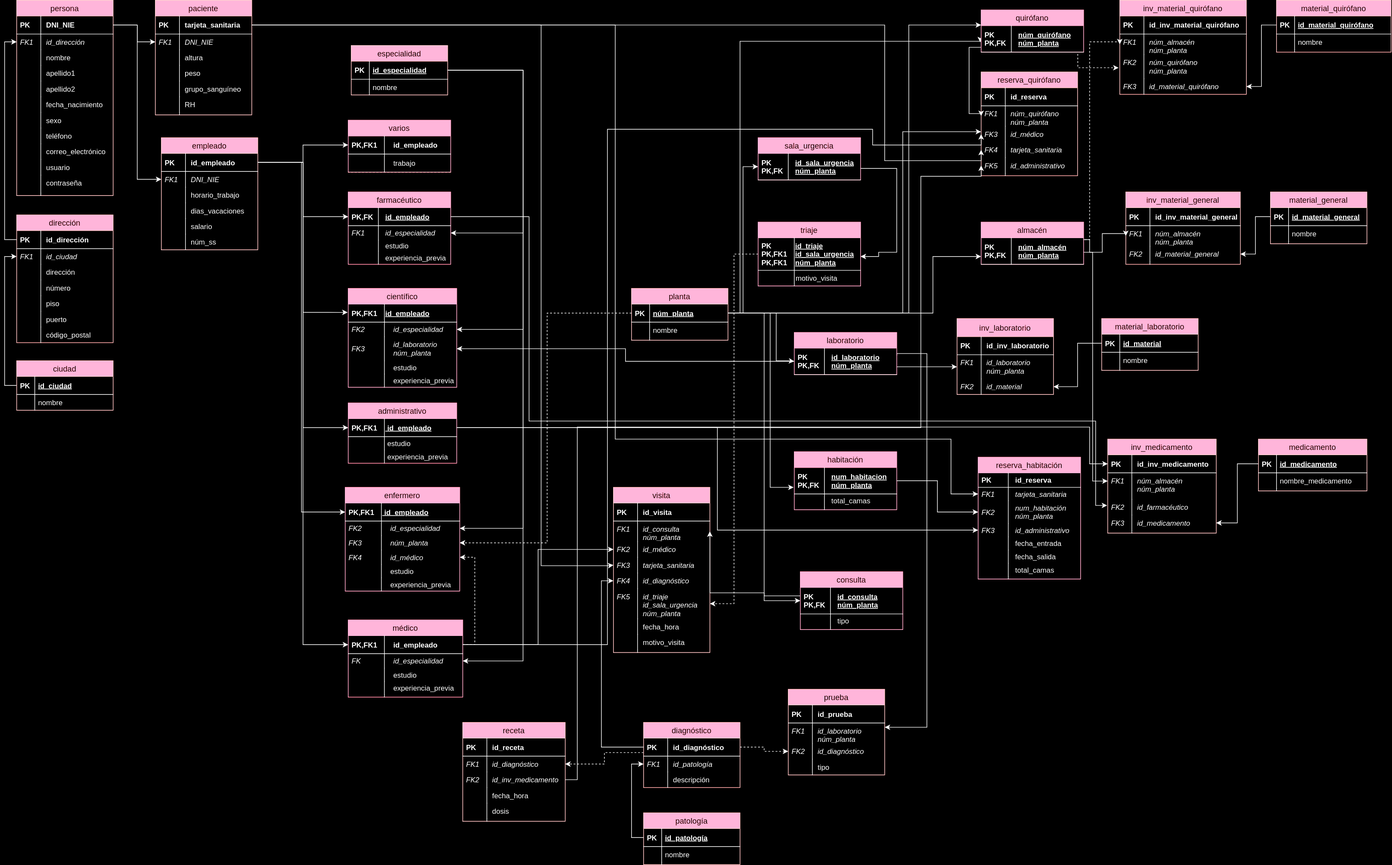
Before: postgres/Bloc Esquema ER - Relacional - SQL/Esquema Relacional.svg, a diagram exported from draw.io (Xadouuu7/hospital). Source tidied: cells renumbered, new cells last; positions are measured from the earlier drawing's top-left corner, leaving out a move shared by most shapes.
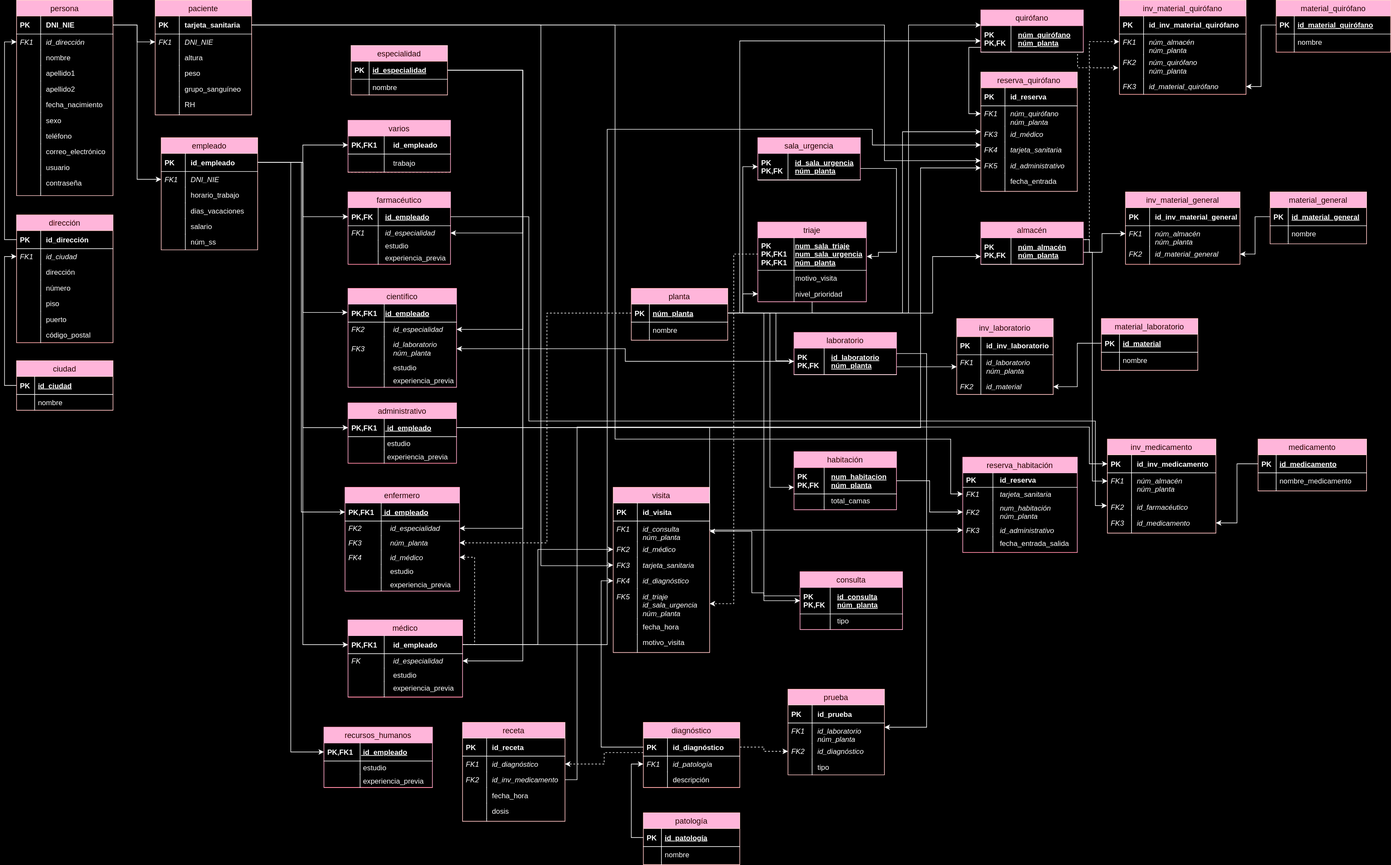
Later version of the same file.

What changed in the source:
```diff
@@ -719,6 +719,5 @@
     </mxCell>
-    <mxCell id="221" style="edgeStyle=orthogonalEdgeStyle;rounded=0;orthogonalLoop=1;jettySize=auto;html=1;entryX=1;entryY=0.5;entryDx=0;entryDy=0;" parent="1" edge="1">
+    <mxCell id="221" style="edgeStyle=orthogonalEdgeStyle;rounded=0;jettySize=auto;html=1;entryX=1.003;entryY=0.573;entryDx=0;entryDy=0;entryPerimeter=0;" parent="1" edge="1" target="355">
       <mxGeometry relative="1" as="geometry">
         <mxPoint x="1420" y="279" as="sourcePoint" />
-        <mxPoint x="1420" y="425" as="targetPoint" />
         <Array as="points">
@@ -794,3 +793,3 @@
     <mxCell id="242" value="reserva_quirófano" style="swimlane;fontStyle=0;horizontal=1;startSize=26;fillColor=#a20025;swimlaneFillColor=#ffffff;align=center;strokeWidth=1;fontSize=13;strokeColor=#6F0000;fontColor=#ffffff;" parent="1" vertex="1">
-      <mxGeometry x="1620" y="119" width="160" height="172" as="geometry" />
+      <mxGeometry x="1620" y="119" width="160" height="198" as="geometry" />
     </mxCell>
@@ -826,4 +825,10 @@
     </mxCell>
+    <mxCell id="376" value="    fecha_entrada" style="shape=partialRectangle;top=0;left=0;right=0;bottom=0;align=left;verticalAlign=top;fillColor=none;spacingLeft=34;spacingRight=4;overflow=hidden;fontStyle=0;" parent="242" vertex="1">
+      <mxGeometry y="168" width="160" height="26" as="geometry" />
+    </mxCell>
+    <mxCell id="377" style="shape=partialRectangle;top=0;left=0;bottom=0;fillColor=none;align=left;verticalAlign=top;spacingLeft=4;spacingRight=4;overflow=hidden;" parent="376" vertex="1">
+      <mxGeometry width="40" height="26" as="geometry" />
+    </mxCell>
     <mxCell id="253" style="shape=partialRectangle;top=0;left=0;right=0;bottom=0;align=left;verticalAlign=top;fillColor=none;spacingLeft=34;spacingRight=4;overflow=hidden;" parent="242" vertex="1">
-      <mxGeometry y="168" width="160" height="4" as="geometry" />
+      <mxGeometry y="194" width="160" height="4" as="geometry" />
     </mxCell>
@@ -841,5 +846,6 @@
     </mxCell>
-    <mxCell id="256" style="edgeStyle=orthogonalEdgeStyle;rounded=0;jettySize=auto;html=1;entryX=0;entryY=0.5;entryDx=0;entryDy=0;" parent="1" edge="1" target="245">
+    <mxCell id="256" style="edgeStyle=orthogonalEdgeStyle;rounded=0;orthogonalLoop=1;jettySize=auto;html=1;" parent="1" edge="1">
       <mxGeometry relative="1" as="geometry">
         <mxPoint x="1620" y="41" as="sourcePoint" />
+        <mxPoint x="1620" y="188" as="targetPoint" />
         <Array as="points">
@@ -852,4 +858,5 @@
     </mxCell>
-    <mxCell id="257" style="edgeStyle=orthogonalEdgeStyle;rounded=0;jettySize=auto;html=1;entryX=0;entryY=0.5;entryDx=0;entryDy=0;" parent="1" edge="1" source="126" target="247">
+    <mxCell id="257" style="edgeStyle=orthogonalEdgeStyle;rounded=0;jettySize=auto;html=1;" parent="1" edge="1" source="126">
       <mxGeometry relative="1" as="geometry">
+        <mxPoint x="1620" y="240" as="targetPoint" />
         <Array as="points">
@@ -910,4 +917,5 @@
     </mxCell>
-    <mxCell id="274" style="edgeStyle=orthogonalEdgeStyle;rounded=0;jettySize=auto;html=1;entryX=0;entryY=0.5;entryDx=0;entryDy=0;exitX=1;exitY=0.5;exitDx=0;exitDy=0;" parent="1" edge="1" source="367" target="261">
+    <mxCell id="274" style="edgeStyle=orthogonalEdgeStyle;rounded=0;jettySize=auto;html=1;exitX=1;exitY=0.5;exitDx=0;exitDy=0;" parent="1" edge="1" source="367">
       <mxGeometry relative="1" as="geometry">
+        <mxPoint x="1860" y="387" as="targetPoint" />
         <Array as="points">
@@ -938,5 +946,7 @@
         <Array as="points">
-          <mxPoint x="1321" y="988" />
+          <mxPoint x="1320" y="988" />
           <mxPoint x="1260" y="988" />
           <mxPoint x="1260" y="983" />
+          <mxPoint x="1240" y="983" />
+          <mxPoint x="1240" y="881" />
         </Array>
@@ -1041,3 +1051,3 @@
     </mxCell>
-    <mxCell id="303" style="edgeStyle=orthogonalEdgeStyle;rounded=0;jettySize=auto;html=1;entryX=0;entryY=0.5;entryDx=0;entryDy=0;dashed=1;" parent="1" edge="1" target="227">
+    <mxCell id="303" style="edgeStyle=orthogonalEdgeStyle;rounded=0;jettySize=auto;html=1;entryX=-0.002;entryY=0.368;entryDx=0;entryDy=0;dashed=1;entryPerimeter=0;" parent="1" edge="1" target="227">
       <mxGeometry relative="1" as="geometry">
@@ -1050,3 +1060,3 @@
     </mxCell>
-    <mxCell id="304" style="edgeStyle=orthogonalEdgeStyle;rounded=0;jettySize=auto;html=1;entryX=-0.009;entryY=0.63;entryDx=0;entryDy=0;entryPerimeter=0;" parent="1" edge="1" source="148" target="364">
+    <mxCell id="304" style="edgeStyle=orthogonalEdgeStyle;rounded=0;jettySize=auto;html=1;entryX=-0.002;entryY=0.576;entryDx=0;entryDy=0;entryPerimeter=0;" parent="1" edge="1" source="148" target="364">
       <mxGeometry relative="1" as="geometry">
@@ -1055,3 +1065,3 @@
           <mxPoint x="1220" y="68" />
-          <mxPoint x="1619" y="68" />
+          <mxPoint x="1620" y="68" />
         </Array>
@@ -1062,3 +1072,3 @@
     </mxCell>
-    <mxCell id="306" style="edgeStyle=orthogonalEdgeStyle;rounded=0;jettySize=auto;html=1;" parent="1" edge="1" source="148">
+    <mxCell id="306" style="edgeStyle=orthogonalEdgeStyle;rounded=0;jettySize=auto;html=1;" parent="1" edge="1" source="357">
       <mxGeometry relative="1" as="geometry">
@@ -1072,4 +1082,5 @@
     </mxCell>
-    <mxCell id="307" style="edgeStyle=orthogonalEdgeStyle;rounded=0;jettySize=auto;html=1;entryX=0;entryY=0.5;entryDx=0;entryDy=0;" parent="1" edge="1" source="54" target="249">
+    <mxCell id="307" style="edgeStyle=orthogonalEdgeStyle;rounded=0;jettySize=auto;html=1;" parent="1" edge="1" source="54">
       <mxGeometry relative="1" as="geometry">
+        <mxPoint x="1620" y="266" as="targetPoint" />
         <Array as="points">
@@ -1080,7 +1091,9 @@
     </mxCell>
-    <mxCell id="308" style="edgeStyle=orthogonalEdgeStyle;rounded=0;jettySize=auto;html=1;entryX=0;entryY=0.5;entryDx=0;entryDy=0;" parent="1" edge="1" source="105" target="251">
+    <mxCell id="308" style="edgeStyle=orthogonalEdgeStyle;rounded=0;jettySize=auto;html=1;" parent="1" edge="1" source="105">
       <mxGeometry relative="1" as="geometry">
+        <mxPoint x="1620" y="278" as="targetPoint" />
         <Array as="points">
           <mxPoint x="1520" y="709" />
-          <mxPoint x="1520" y="292" />
+          <mxPoint x="1520" y="278" />
+          <mxPoint x="1620" y="278" />
         </Array>
@@ -1170,6 +1183,6 @@
     <mxCell id="331" value="reserva_habitación" style="swimlane;fontStyle=0;horizontal=1;startSize=26;fillColor=#a20025;swimlaneFillColor=#ffffff;align=center;fontSize=13;strokeColor=#a20025;strokeWidth=1;fontColor=#ffffff;rounded=0;glass=0;shadow=0;swimlaneLine=1;" parent="1" vertex="1">
-      <mxGeometry x="1615" y="758" width="170" height="202" as="geometry" />
+      <mxGeometry x="1590" y="758" width="190" height="158" as="geometry" />
     </mxCell>
     <mxCell id="332" value="id_reserva" style="shape=partialRectangle;top=0;left=0;right=0;bottom=1;align=left;verticalAlign=middle;fillColor=none;spacingLeft=60;spacingRight=4;overflow=hidden;fontStyle=1;fontSize=12;strokeColor=#000000;perimeterSpacing=0;" parent="331" vertex="1">
-      <mxGeometry y="26" width="170" height="24" as="geometry" />
+      <mxGeometry y="26" width="190" height="24" as="geometry" />
     </mxCell>
@@ -1179,3 +1192,3 @@
     <mxCell id="334" value="tarjeta_sanitaria" style="shape=partialRectangle;top=0;left=0;right=0;bottom=1;align=left;verticalAlign=middle;fillColor=none;spacingLeft=60;spacingRight=4;overflow=hidden;points=[[0,0.5],[1,0.5]];portConstraint=eastwest;fontStyle=2;fontSize=12;strokeColor=none;fontColor=#030303;strokeWidth=0;" parent="331" vertex="1">
-      <mxGeometry y="50" width="170" height="22" as="geometry" />
+      <mxGeometry y="50" width="190" height="22" as="geometry" />
     </mxCell>
@@ -1185,3 +1198,3 @@
     <mxCell id="336" value="num_habitación&#10;núm_planta" style="shape=partialRectangle;top=0;left=0;right=0;bottom=1;align=left;verticalAlign=middle;fillColor=none;spacingLeft=60;spacingRight=4;overflow=hidden;points=[[0,0.5],[1,0.5]];portConstraint=eastwest;fontStyle=2;fontSize=12;strokeColor=none;fontColor=#030303;strokeWidth=0;" parent="331" vertex="1">
-      <mxGeometry y="72" width="170" height="38" as="geometry" />
+      <mxGeometry y="72" width="190" height="38" as="geometry" />
     </mxCell>
@@ -1191,3 +1204,3 @@
     <mxCell id="338" value="id_administrativo" style="shape=partialRectangle;top=0;left=0;right=0;bottom=1;align=left;verticalAlign=middle;fillColor=none;spacingLeft=60;spacingRight=4;overflow=hidden;points=[[0,0.5],[1,0.5]];portConstraint=eastwest;fontStyle=2;fontSize=12;strokeColor=none;fontColor=#030303;strokeWidth=0;" parent="331" vertex="1">
-      <mxGeometry y="110" width="170" height="22" as="geometry" />
+      <mxGeometry y="110" width="190" height="22" as="geometry" />
     </mxCell>
@@ -1196,4 +1209,4 @@
     </mxCell>
-    <mxCell id="340" value="fecha_entrada" style="shape=partialRectangle;top=0;left=0;right=0;bottom=1;align=left;verticalAlign=middle;fillColor=none;spacingLeft=60;spacingRight=4;overflow=hidden;fontStyle=0;fontSize=12;strokeColor=none;fontColor=#030303;strokeWidth=0;" parent="331" vertex="1">
-      <mxGeometry y="132" width="170" height="22" as="geometry" />
+    <mxCell id="340" value="fecha_entrada_salida" style="shape=partialRectangle;top=0;left=0;right=0;bottom=1;align=left;verticalAlign=middle;fillColor=none;spacingLeft=60;spacingRight=4;overflow=hidden;fontStyle=0;fontSize=12;strokeColor=none;fontColor=#030303;strokeWidth=0;" parent="331" vertex="1">
+      <mxGeometry y="132" width="190" height="22" as="geometry" />
     </mxCell>
@@ -1202,16 +1215,4 @@
     </mxCell>
-    <mxCell id="342" value="fecha_salida" style="shape=partialRectangle;top=0;left=0;right=0;bottom=1;align=left;verticalAlign=middle;fillColor=none;spacingLeft=60;spacingRight=4;overflow=hidden;fontStyle=0;fontSize=12;strokeColor=none;fontColor=#030303;strokeWidth=0;" parent="331" vertex="1">
-      <mxGeometry y="154" width="170" height="22" as="geometry" />
-    </mxCell>
-    <mxCell id="343" style="shape=partialRectangle;fontStyle=2;top=0;left=0;bottom=0;fillColor=none;align=left;verticalAlign=middle;spacingLeft=4;spacingRight=4;overflow=hidden;fontSize=12;" parent="342" vertex="1">
-      <mxGeometry width="50" height="22" as="geometry" />
-    </mxCell>
-    <mxCell id="344" value="total_camas" style="shape=partialRectangle;top=0;left=0;right=0;bottom=1;align=left;verticalAlign=middle;fillColor=none;spacingLeft=60;spacingRight=4;overflow=hidden;fontStyle=0;fontSize=12;strokeColor=none;fontColor=#030303;strokeWidth=0;" parent="331" vertex="1">
-      <mxGeometry y="176" width="170" height="22" as="geometry" />
-    </mxCell>
-    <mxCell id="345" style="shape=partialRectangle;fontStyle=2;top=0;left=0;bottom=0;fillColor=none;align=left;verticalAlign=middle;spacingLeft=4;spacingRight=4;overflow=hidden;fontSize=12;" parent="344" vertex="1">
-      <mxGeometry width="50" height="22" as="geometry" />
-    </mxCell>
     <mxCell id="346" style="shape=partialRectangle;top=0;left=0;right=0;bottom=0;align=left;verticalAlign=top;fillColor=none;spacingLeft=34;spacingRight=4;overflow=hidden;" parent="331" vertex="1">
-      <mxGeometry y="198" width="170" height="4" as="geometry" />
+      <mxGeometry y="154" width="190" height="4" as="geometry" />
     </mxCell>
@@ -1246,6 +1247,6 @@
     <mxCell id="354" value="triaje" style="swimlane;fontStyle=0;horizontal=1;startSize=26;fillColor=#a20025;swimlaneFillColor=#ffffff;align=center;fontSize=13;strokeColor=#a20025;strokeWidth=1;fontColor=#ffffff;rounded=0;glass=0;shadow=0;swimlaneLine=1;" parent="1" vertex="1">
-      <mxGeometry x="1250" y="368" width="170" height="106" as="geometry" />
+      <mxGeometry x="1250" y="368" width="180" height="132" as="geometry" />
     </mxCell>
-    <mxCell id="355" value="id_triaje&#10;id_sala_urgencia&#10;núm_planta" style="shape=partialRectangle;top=0;left=0;right=0;bottom=1;align=left;verticalAlign=middle;fillColor=none;spacingLeft=60;spacingRight=4;overflow=hidden;points=[[0,0.5],[1,0.5]];portConstraint=eastwest;fontStyle=5;fontSize=12;strokeColor=#000000;perimeterSpacing=0;" parent="354" vertex="1">
-      <mxGeometry y="26" width="170" height="54" as="geometry" />
+    <mxCell id="355" value="num_sala_triaje&#10;num_sala_urgencia&#10;núm_planta" style="shape=partialRectangle;top=0;left=0;right=0;bottom=1;align=left;verticalAlign=middle;fillColor=none;spacingLeft=60;spacingRight=4;overflow=hidden;points=[[0,0.5],[1,0.5]];portConstraint=eastwest;fontStyle=5;fontSize=12;strokeColor=#000000;perimeterSpacing=0;" parent="354" vertex="1">
+      <mxGeometry y="26" width="180" height="54" as="geometry" />
     </mxCell>
@@ -1254,4 +1255,10 @@
     </mxCell>
+    <mxCell id="378" value="        motivo_visita" style="shape=partialRectangle;top=0;left=0;right=0;bottom=0;align=left;verticalAlign=top;fillColor=none;spacingLeft=34;spacingRight=4;overflow=hidden;fontStyle=0;" parent="354" vertex="1">
+      <mxGeometry y="80" width="180" height="26" as="geometry" />
+    </mxCell>
+    <mxCell id="379" style="shape=partialRectangle;top=0;left=0;bottom=0;fillColor=none;align=left;verticalAlign=top;spacingLeft=4;spacingRight=4;overflow=hidden;" parent="378" vertex="1">
+      <mxGeometry width="60" height="26" as="geometry" />
+    </mxCell>
-    <mxCell id="357" value="        motivo_visita" style="shape=partialRectangle;top=0;left=0;right=0;bottom=0;align=left;verticalAlign=top;fillColor=none;spacingLeft=34;spacingRight=4;overflow=hidden;points=[[0,0.5],[1,0.5]];portConstraint=eastwest;fontStyle=0;" parent="354" vertex="1">
-      <mxGeometry y="80" width="170" height="26" as="geometry" />
+    <mxCell id="357" value="        nivel_prioridad" style="shape=partialRectangle;top=0;left=0;right=0;bottom=0;align=left;verticalAlign=top;fillColor=none;spacingLeft=34;spacingRight=4;overflow=hidden;points=[[0,0.5],[1,0.5]];portConstraint=eastwest;fontStyle=0;" parent="354" vertex="1">
+      <mxGeometry y="106" width="180" height="26" as="geometry" />
     </mxCell>
@@ -1311,2 +1318,29 @@
     </mxCell>
+    <mxCell id="380" style="edgeStyle=orthogonalEdgeStyle;rounded=0;jettySize=auto;html=1;" parent="1" edge="1" source="148" target="357">
+      <mxGeometry relative="1" as="geometry" />
+    </mxCell>
+    <mxCell id="381" value="recursos_humanos" style="swimlane;fontStyle=0;horizontal=1;startSize=26;fillColor=#a20025;swimlaneFillColor=#ffffff;align=center;fontSize=13;strokeColor=#a20025;strokeWidth=1;fontColor=#ffffff;rounded=0;glass=0;shadow=0;swimlaneLine=1;" parent="1" vertex="1">
+      <mxGeometry x="530" y="1206" width="180" height="100" as="geometry" />
+    </mxCell>
+    <mxCell id="382" value=" id_empleado" style="shape=partialRectangle;top=0;left=0;right=0;bottom=1;align=left;verticalAlign=middle;fillColor=none;spacingLeft=60;spacingRight=4;overflow=hidden;points=[[0,0.5],[1,0.5]];portConstraint=eastwest;fontStyle=5;fontSize=12;strokeColor=#000000;perimeterSpacing=0;" parent="381" vertex="1">
+      <mxGeometry y="26" width="180" height="30" as="geometry" />
+    </mxCell>
+    <mxCell id="383" value="PK,FK1" style="shape=partialRectangle;fontStyle=1;top=0;left=0;bottom=0;fillColor=none;align=left;verticalAlign=middle;spacingLeft=4;spacingRight=4;overflow=hidden;fontSize=12;" parent="382" vertex="1">
+      <mxGeometry width="60" height="30" as="geometry" />
+    </mxCell>
+    <mxCell id="384" value=" estudio" style="shape=partialRectangle;top=0;left=0;right=0;bottom=1;align=left;verticalAlign=middle;fillColor=none;spacingLeft=60;spacingRight=4;overflow=hidden;fontStyle=0;fontSize=12;strokeColor=none;fontColor=#030303;strokeWidth=0;" parent="381" vertex="1">
+      <mxGeometry y="56" width="180" height="22" as="geometry" />
+    </mxCell>
+    <mxCell id="385" style="shape=partialRectangle;fontStyle=2;top=0;left=0;bottom=0;fillColor=none;align=left;verticalAlign=middle;spacingLeft=4;spacingRight=4;overflow=hidden;fontSize=12;" parent="384" vertex="1">
+      <mxGeometry width="60" height="22" as="geometry" />
+    </mxCell>
+    <mxCell id="386" value=" experiencia_previa" style="shape=partialRectangle;top=0;left=0;right=0;bottom=1;align=left;verticalAlign=middle;fillColor=none;spacingLeft=60;spacingRight=4;overflow=hidden;fontStyle=0;fontSize=12;strokeColor=none;fontColor=#030303;strokeWidth=0;" parent="381" vertex="1">
+      <mxGeometry y="78" width="180" height="22" as="geometry" />
+    </mxCell>
+    <mxCell id="387" style="shape=partialRectangle;fontStyle=2;top=0;left=0;bottom=0;fillColor=none;align=left;verticalAlign=middle;spacingLeft=4;spacingRight=4;overflow=hidden;fontSize=12;" parent="386" vertex="1">
+      <mxGeometry width="60" height="22" as="geometry" />
+    </mxCell>
+    <mxCell id="388" style="edgeStyle=orthogonalEdgeStyle;rounded=0;jettySize=auto;html=1;entryX=0;entryY=0.5;entryDx=0;entryDy=0;" parent="1" edge="1" source="69" target="382">
+      <mxGeometry relative="1" as="geometry" />
+    </mxCell>
   </root>
```
